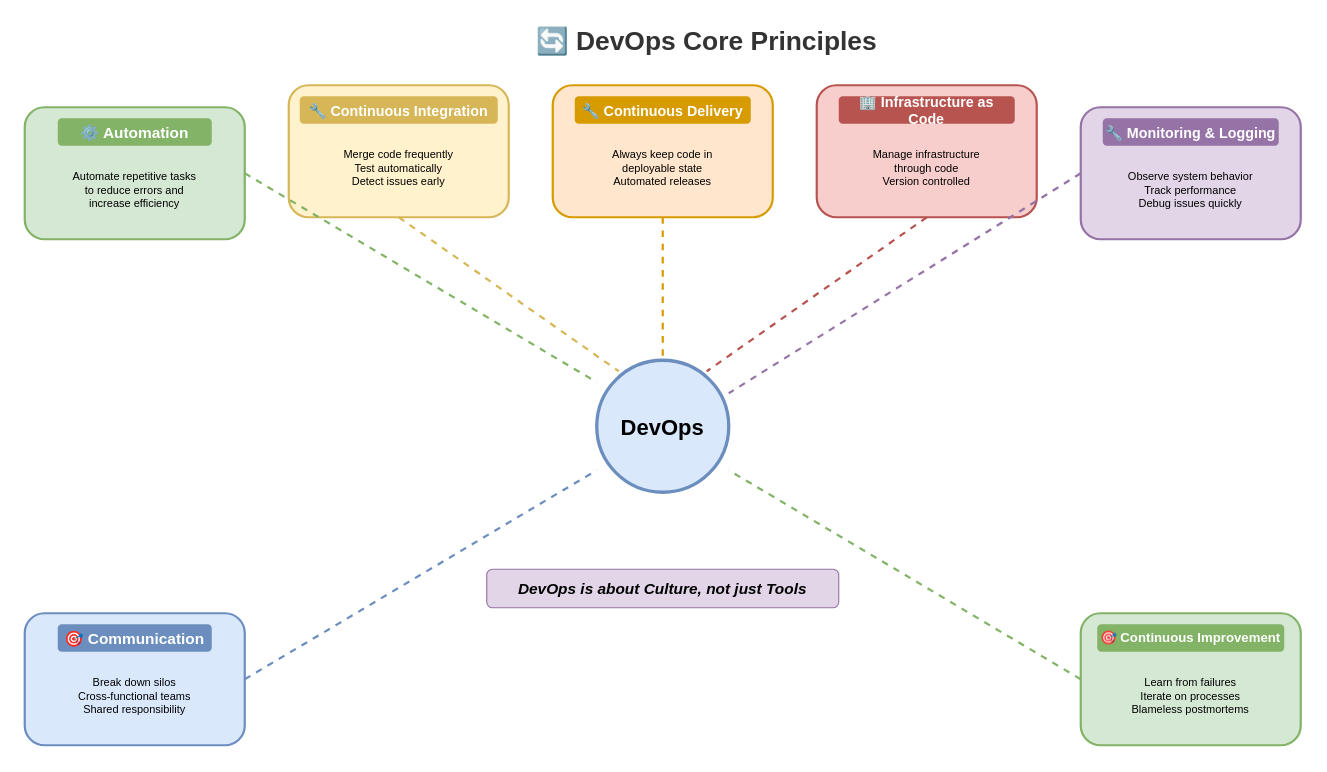
This is lesson-05-devops-platform-engineering/01-devops-fundamentals/1.2-devops-principles.drawio from MrParkerZ7/document-lesson-software-architect-x-claude, a draw.io file, before an edit. Source tidied: cells renumbered, new cells numbered last; positions are measured from the earlier drawing's top-left corner, leaving out a move shared by most shapes. Both pictures are drawn from the tidied source at 110%, with x=0, y=0 at pixel (24, 19).
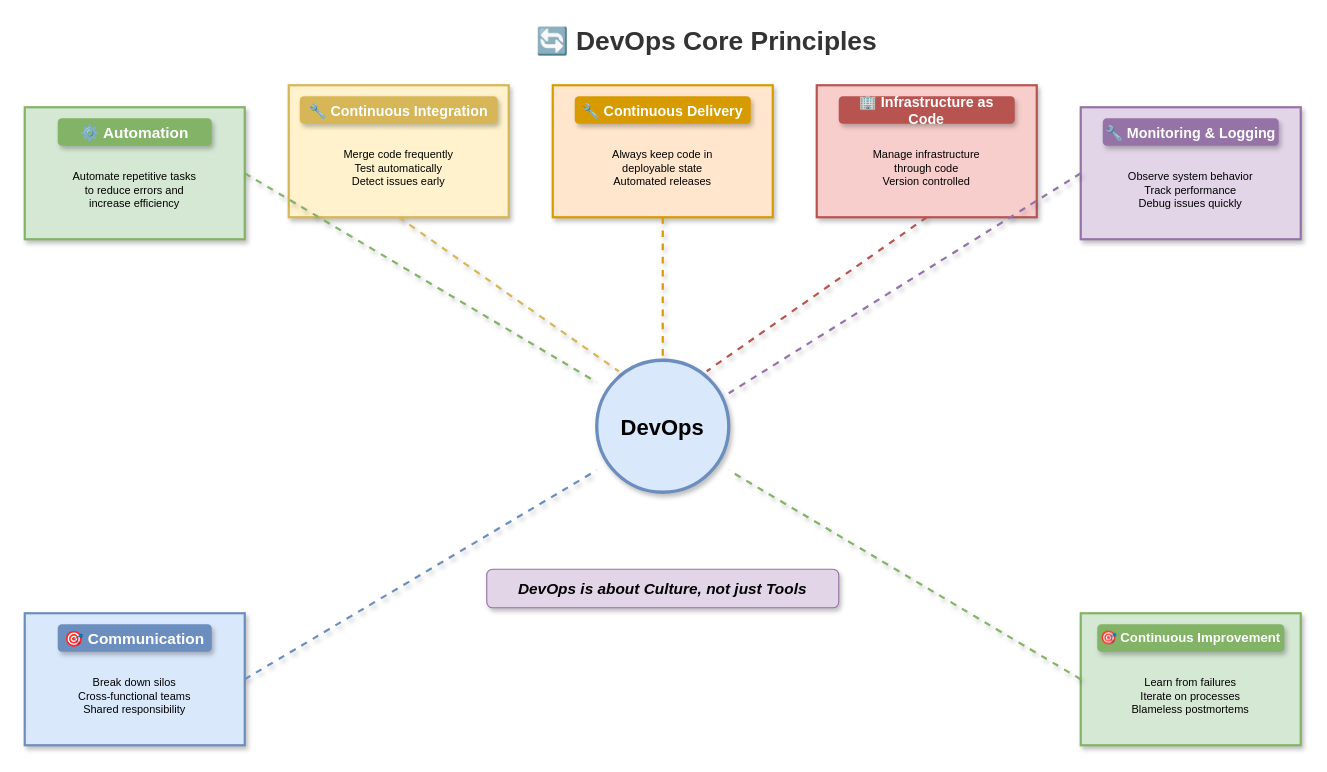
The same diagram, later.

What changed in the source:
```diff
@@
-    <mxCell id="3" value="DevOps" style="ellipse;whiteSpace=wrap;html=1;fillColor=#dae8fc;strokeColor=#6c8ebf;strokeWidth=3;fontSize=20;fontStyle=1;" parent="1" vertex="1">
+    <mxCell id="3" value="DevOps" style="ellipse;whiteSpace=wrap;html=1;fillColor=#dae8fc;strokeColor=#6c8ebf;strokeWidth=3;fontSize=20;fontStyle=1;shadow=1;" parent="1" vertex="1">
       <mxGeometry x="520" y="310" width="120" height="120" as="geometry" />
     </mxCell>
-    <mxCell id="4" style="rounded=1;whiteSpace=wrap;html=1;fillColor=#d5e8d4;strokeColor=#82b366;strokeWidth=2;" parent="1" vertex="1">
+    <mxCell id="4" style="rounded=0;whiteSpace=wrap;html=1;fillColor=#d5e8d4;strokeColor=#82b366;strokeWidth=2;shadow=1;" parent="1" vertex="1">
       <mxGeometry y="80" width="200" height="120" as="geometry" />
     </mxCell>
-    <mxCell id="5" value="⚙️ Automation" style="text;html=1;strokeColor=none;fillColor=#82b366;align=center;verticalAlign=middle;whiteSpace=wrap;rounded=1;fontSize=14;fontStyle=1;fontColor=#ffffff;" parent="1" vertex="1">
+    <mxCell id="5" value="⚙️ Automation" style="text;html=1;strokeColor=none;fillColor=#82b366;align=center;verticalAlign=middle;whiteSpace=wrap;rounded=1;fontSize=14;fontStyle=1;fontColor=#ffffff;shadow=1;" parent="1" vertex="1">
       <mxGeometry x="30" y="90" width="140" height="25" as="geometry" />
     </mxCell>
@@
-    <mxCell id="7" style="rounded=1;whiteSpace=wrap;html=1;fillColor=#fff2cc;strokeColor=#d6b656;strokeWidth=2;" parent="1" vertex="1">
+    <mxCell id="7" style="rounded=0;whiteSpace=wrap;html=1;fillColor=#fff2cc;strokeColor=#d6b656;strokeWidth=2;shadow=1;" parent="1" vertex="1">
       <mxGeometry x="240" y="60" width="200" height="120" as="geometry" />
     </mxCell>
-    <mxCell id="8" value="🔧 Continuous Integration" style="text;html=1;strokeColor=none;fillColor=#d6b656;align=center;verticalAlign=middle;whiteSpace=wrap;rounded=1;fontSize=13;fontStyle=1;fontColor=#ffffff;" parent="1" vertex="1">
+    <mxCell id="8" value="🔧 Continuous Integration" style="text;html=1;strokeColor=none;fillColor=#d6b656;align=center;verticalAlign=middle;whiteSpace=wrap;rounded=1;fontSize=13;fontStyle=1;fontColor=#ffffff;shadow=1;" parent="1" vertex="1">
       <mxGeometry x="250" y="70" width="180" height="25" as="geometry" />
     </mxCell>
@@
-    <mxCell id="10" style="rounded=1;whiteSpace=wrap;html=1;fillColor=#ffe6cc;strokeColor=#d79b00;strokeWidth=2;" parent="1" vertex="1">
+    <mxCell id="10" style="rounded=0;whiteSpace=wrap;html=1;fillColor=#ffe6cc;strokeColor=#d79b00;strokeWidth=2;shadow=1;" parent="1" vertex="1">
       <mxGeometry x="480" y="60" width="200" height="120" as="geometry" />
     </mxCell>
-    <mxCell id="11" value="🔧 Continuous Delivery" style="text;html=1;strokeColor=none;fillColor=#d79b00;align=center;verticalAlign=middle;whiteSpace=wrap;rounded=1;fontSize=13;fontStyle=1;fontColor=#ffffff;" parent="1" vertex="1">
+    <mxCell id="11" value="🔧 Continuous Delivery" style="text;html=1;strokeColor=none;fillColor=#d79b00;align=center;verticalAlign=middle;whiteSpace=wrap;rounded=1;fontSize=13;fontStyle=1;fontColor=#ffffff;shadow=1;" parent="1" vertex="1">
       <mxGeometry x="500" y="70" width="160" height="25" as="geometry" />
     </mxCell>
@@
-    <mxCell id="13" style="rounded=1;whiteSpace=wrap;html=1;fillColor=#f8cecc;strokeColor=#b85450;strokeWidth=2;" parent="1" vertex="1">
+    <mxCell id="13" style="rounded=0;whiteSpace=wrap;html=1;fillColor=#f8cecc;strokeColor=#b85450;strokeWidth=2;shadow=1;" parent="1" vertex="1">
       <mxGeometry x="720" y="60" width="200" height="120" as="geometry" />
     </mxCell>
-    <mxCell id="14" value="🏢 Infrastructure as Code" style="text;html=1;strokeColor=none;fillColor=#b85450;align=center;verticalAlign=middle;whiteSpace=wrap;rounded=1;fontSize=13;fontStyle=1;fontColor=#ffffff;" parent="1" vertex="1">
+    <mxCell id="14" value="🏢 Infrastructure as Code" style="text;html=1;strokeColor=none;fillColor=#b85450;align=center;verticalAlign=middle;whiteSpace=wrap;rounded=1;fontSize=13;fontStyle=1;fontColor=#ffffff;shadow=1;" parent="1" vertex="1">
       <mxGeometry x="740" y="70" width="160" height="25" as="geometry" />
     </mxCell>
@@
-    <mxCell id="16" style="rounded=1;whiteSpace=wrap;html=1;fillColor=#e1d5e7;strokeColor=#9673a6;strokeWidth=2;" parent="1" vertex="1">
+    <mxCell id="16" style="rounded=0;whiteSpace=wrap;html=1;fillColor=#e1d5e7;strokeColor=#9673a6;strokeWidth=2;shadow=1;" parent="1" vertex="1">
       <mxGeometry x="960" y="80" width="200" height="120" as="geometry" />
     </mxCell>
-    <mxCell id="17" value="🔧 Monitoring &amp; Logging" style="text;html=1;strokeColor=none;fillColor=#9673a6;align=center;verticalAlign=middle;whiteSpace=wrap;rounded=1;fontSize=13;fontStyle=1;fontColor=#ffffff;" parent="1" vertex="1">
+    <mxCell id="17" value="🔧 Monitoring &amp; Logging" style="text;html=1;strokeColor=none;fillColor=#9673a6;align=center;verticalAlign=middle;whiteSpace=wrap;rounded=1;fontSize=13;fontStyle=1;fontColor=#ffffff;shadow=1;" parent="1" vertex="1">
       <mxGeometry x="980" y="90" width="160" height="25" as="geometry" />
     </mxCell>
@@
-    <mxCell id="19" style="rounded=1;whiteSpace=wrap;html=1;fillColor=#dae8fc;strokeColor=#6c8ebf;strokeWidth=2;" parent="1" vertex="1">
+    <mxCell id="19" style="rounded=0;whiteSpace=wrap;html=1;fillColor=#dae8fc;strokeColor=#6c8ebf;strokeWidth=2;shadow=1;" parent="1" vertex="1">
       <mxGeometry y="540" width="200" height="120" as="geometry" />
     </mxCell>
-    <mxCell id="20" value="🎯 Communication" style="text;html=1;strokeColor=none;fillColor=#6c8ebf;align=center;verticalAlign=middle;whiteSpace=wrap;rounded=1;fontSize=14;fontStyle=1;fontColor=#ffffff;" parent="1" vertex="1">
+    <mxCell id="20" value="🎯 Communication" style="text;html=1;strokeColor=none;fillColor=#6c8ebf;align=center;verticalAlign=middle;whiteSpace=wrap;rounded=1;fontSize=14;fontStyle=1;fontColor=#ffffff;shadow=1;" parent="1" vertex="1">
       <mxGeometry x="30" y="550" width="140" height="25" as="geometry" />
     </mxCell>
@@
-    <mxCell id="22" style="rounded=1;whiteSpace=wrap;html=1;fillColor=#d5e8d4;strokeColor=#82b366;strokeWidth=2;" parent="1" vertex="1">
+    <mxCell id="22" style="rounded=0;whiteSpace=wrap;html=1;fillColor=#d5e8d4;strokeColor=#82b366;strokeWidth=2;shadow=1;" parent="1" vertex="1">
       <mxGeometry x="960" y="540" width="200" height="120" as="geometry" />
     </mxCell>
-    <mxCell id="23" value="🎯 Continuous Improvement" style="text;html=1;strokeColor=none;fillColor=#82b366;align=center;verticalAlign=middle;whiteSpace=wrap;rounded=1;fontSize=12;fontStyle=1;fontColor=#ffffff;" parent="1" vertex="1">
+    <mxCell id="23" value="🎯 Continuous Improvement" style="text;html=1;strokeColor=none;fillColor=#82b366;align=center;verticalAlign=middle;whiteSpace=wrap;rounded=1;fontSize=12;fontStyle=1;fontColor=#ffffff;shadow=1;" parent="1" vertex="1">
       <mxGeometry x="975" y="550" width="170" height="25" as="geometry" />
     </mxCell>
@@
-    <mxCell id="25" style="endArrow=none;html=1;strokeWidth=2;strokeColor=#82b366;dashed=1;" parent="1" edge="1">
+    <mxCell id="25" style="endArrow=none;html=1;strokeWidth=2;strokeColor=#82b366;dashed=1;shadow=1;curved=1;flowAnimation=1;jumpStyle=arc;" parent="1" edge="1">
       <mxGeometry relative="1" as="geometry">
         <mxPoint x="200" y="140" as="sourcePoint" />
         <mxPoint x="520" y="330" as="targetPoint" />
       </mxGeometry>
     </mxCell>
-    <mxCell id="26" style="endArrow=none;html=1;strokeWidth=2;strokeColor=#d6b656;dashed=1;" parent="1" edge="1">
+    <mxCell id="26" style="endArrow=none;html=1;strokeWidth=2;strokeColor=#d6b656;dashed=1;shadow=1;curved=1;flowAnimation=1;jumpStyle=arc;" parent="1" edge="1">
       <mxGeometry relative="1" as="geometry">
         <mxPoint x="340" y="180" as="sourcePoint" />
         <mxPoint x="540" y="320" as="targetPoint" />
       </mxGeometry>
     </mxCell>
-    <mxCell id="27" style="endArrow=none;html=1;strokeWidth=2;strokeColor=#d79b00;dashed=1;" parent="1" edge="1">
+    <mxCell id="27" style="endArrow=none;html=1;strokeWidth=2;strokeColor=#d79b00;dashed=1;shadow=1;curved=1;flowAnimation=1;jumpStyle=arc;" parent="1" edge="1">
       <mxGeometry relative="1" as="geometry">
         <mxPoint x="580" y="180" as="sourcePoint" />
         <mxPoint x="580" y="310" as="targetPoint" />
       </mxGeometry>
     </mxCell>
-    <mxCell id="28" style="endArrow=none;html=1;strokeWidth=2;strokeColor=#b85450;dashed=1;" parent="1" edge="1">
+    <mxCell id="28" style="endArrow=none;html=1;strokeWidth=2;strokeColor=#b85450;dashed=1;shadow=1;curved=1;flowAnimation=1;jumpStyle=arc;" parent="1" edge="1">
       <mxGeometry relative="1" as="geometry">
         <mxPoint x="820" y="180" as="sourcePoint" />
         <mxPoint x="620" y="320" as="targetPoint" />
       </mxGeometry>
     </mxCell>
-    <mxCell id="29" style="endArrow=none;html=1;strokeWidth=2;strokeColor=#9673a6;dashed=1;" parent="1" edge="1">
+    <mxCell id="29" style="endArrow=none;html=1;strokeWidth=2;strokeColor=#9673a6;dashed=1;shadow=1;curved=1;flowAnimation=1;jumpStyle=arc;" parent="1" edge="1">
       <mxGeometry relative="1" as="geometry">
         <mxPoint x="960" y="140" as="sourcePoint" />
         <mxPoint x="640" y="340" as="targetPoint" />
       </mxGeometry>
     </mxCell>
-    <mxCell id="30" style="endArrow=none;html=1;strokeWidth=2;strokeColor=#6c8ebf;dashed=1;" parent="1" edge="1">
+    <mxCell id="30" style="endArrow=none;html=1;strokeWidth=2;strokeColor=#6c8ebf;dashed=1;shadow=1;curved=1;flowAnimation=1;jumpStyle=arc;" parent="1" edge="1">
       <mxGeometry relative="1" as="geometry">
         <mxPoint x="200" y="600" as="sourcePoint" />
         <mxPoint x="520" y="410" as="targetPoint" />
       </mxGeometry>
     </mxCell>
-    <mxCell id="31" style="endArrow=none;html=1;strokeWidth=2;strokeColor=#82b366;dashed=1;" parent="1" edge="1">
+    <mxCell id="31" style="endArrow=none;html=1;strokeWidth=2;strokeColor=#82b366;dashed=1;shadow=1;curved=1;flowAnimation=1;jumpStyle=arc;" parent="1" edge="1">
       <mxGeometry relative="1" as="geometry">
         <mxPoint x="960" y="600" as="sourcePoint" />
         <mxPoint x="640" y="410" as="targetPoint" />
       </mxGeometry>
     </mxCell>
-    <mxCell id="32" value="DevOps is about Culture, not just Tools" style="text;html=1;strokeColor=#9673a6;fillColor=#e1d5e7;align=center;verticalAlign=middle;whiteSpace=wrap;rounded=1;fontSize=14;fontStyle=3;" parent="1" vertex="1">
+    <mxCell id="32" value="DevOps is about Culture, not just Tools" style="text;html=1;strokeColor=#9673a6;fillColor=#e1d5e7;align=center;verticalAlign=middle;whiteSpace=wrap;rounded=1;fontSize=14;fontStyle=3;shadow=1;" parent="1" vertex="1">
       <mxGeometry x="420" y="500" width="320" height="35" as="geometry" />
     </mxCell>
```
